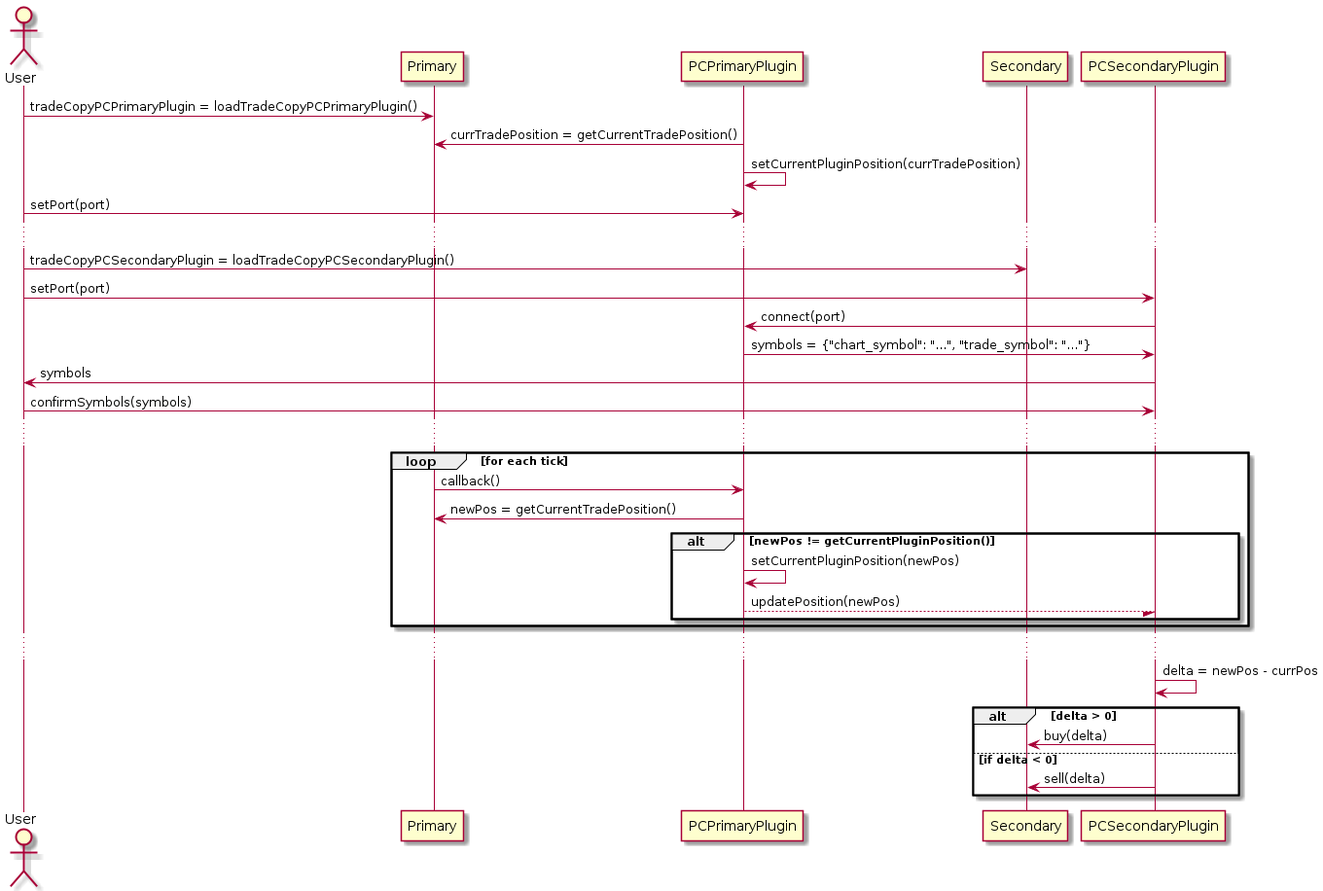
sohailsomani/sc_position_copy keeps this PlantUML diagram as dev/sequence.png. Above is the earlier version.
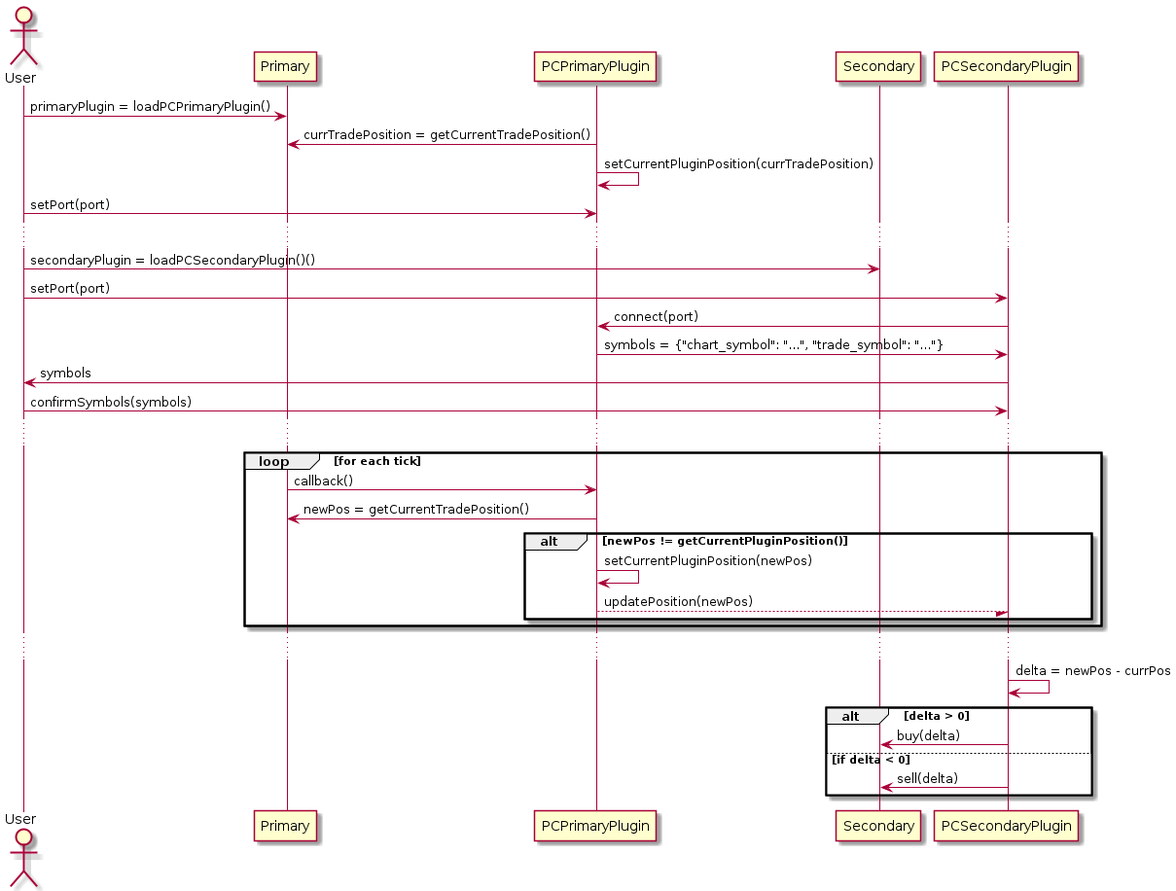
The same diagram one commit later.

The edit, as a diff of the source:
```diff
@@ -6,12 +6,12 @@
 participant Secondary
 participant PCSecondaryPlugin
 
-User -> Primary: tradeCopyPCPrimaryPlugin = loadTradeCopyPCPrimaryPlugin()
+User -> Primary: primaryPlugin = loadPCPrimaryPlugin()
 PCPrimaryPlugin -> Primary: currTradePosition = getCurrentTradePosition()
 PCPrimaryPlugin -> PCPrimaryPlugin: setCurrentPluginPosition(currTradePosition)
 User -> PCPrimaryPlugin: setPort(port)
 ...
-User -> Secondary: tradeCopyPCSecondaryPlugin = loadTradeCopyPCSecondaryPlugin()
+User -> Secondary: secondaryPlugin = loadPCSecondaryPlugin()()
 User -> PCSecondaryPlugin: setPort(port)
 PCSecondaryPlugin -> PCPrimaryPlugin: connect(port)
 PCPrimaryPlugin -> PCSecondaryPlugin: symbols = {"chart_symbol": "...", "trade_symbol": "..."}
```
